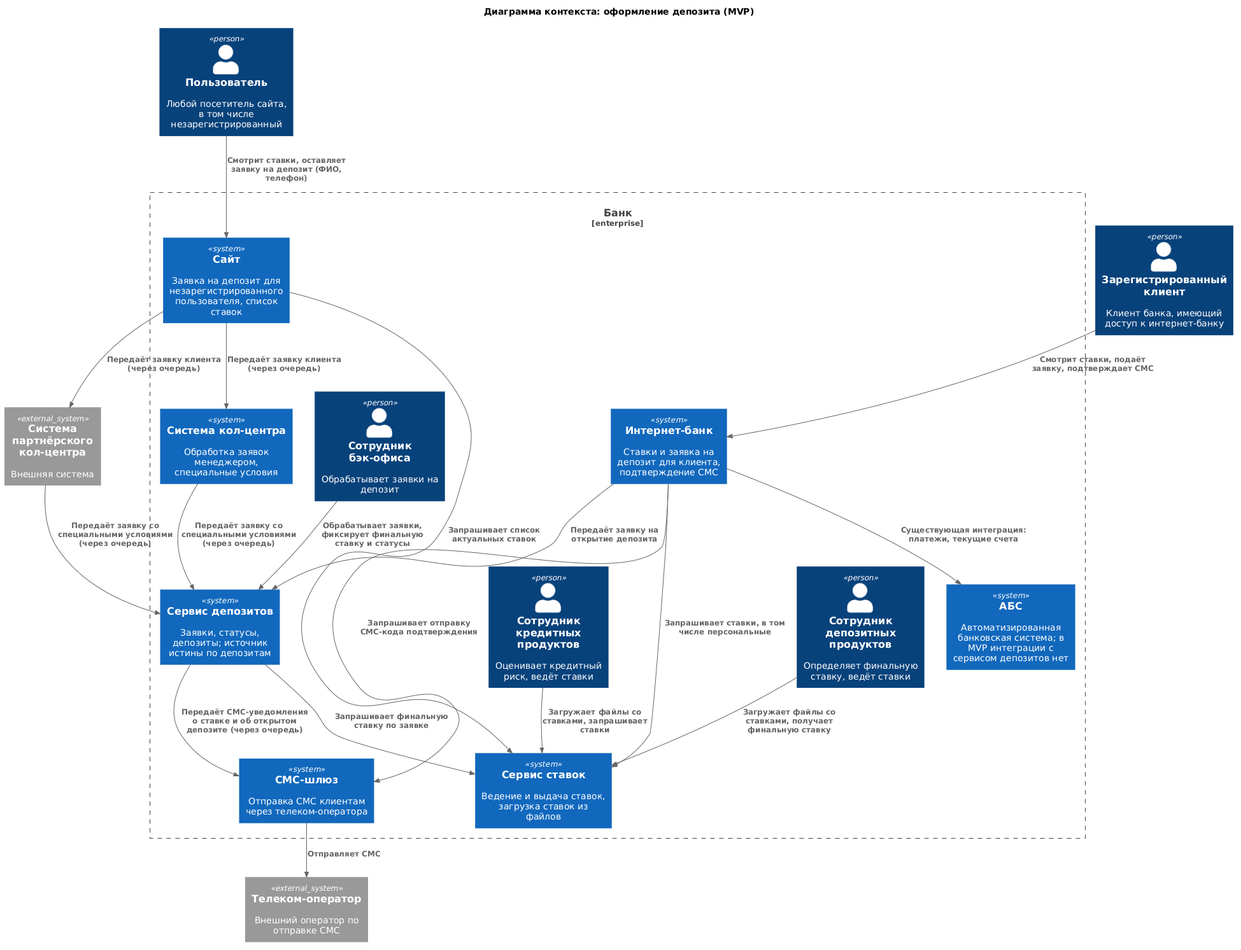
DevSMike/architecture-standart keeps this PlantUML diagram as Task3/adr_reposit_context.png. Above is the earlier version.
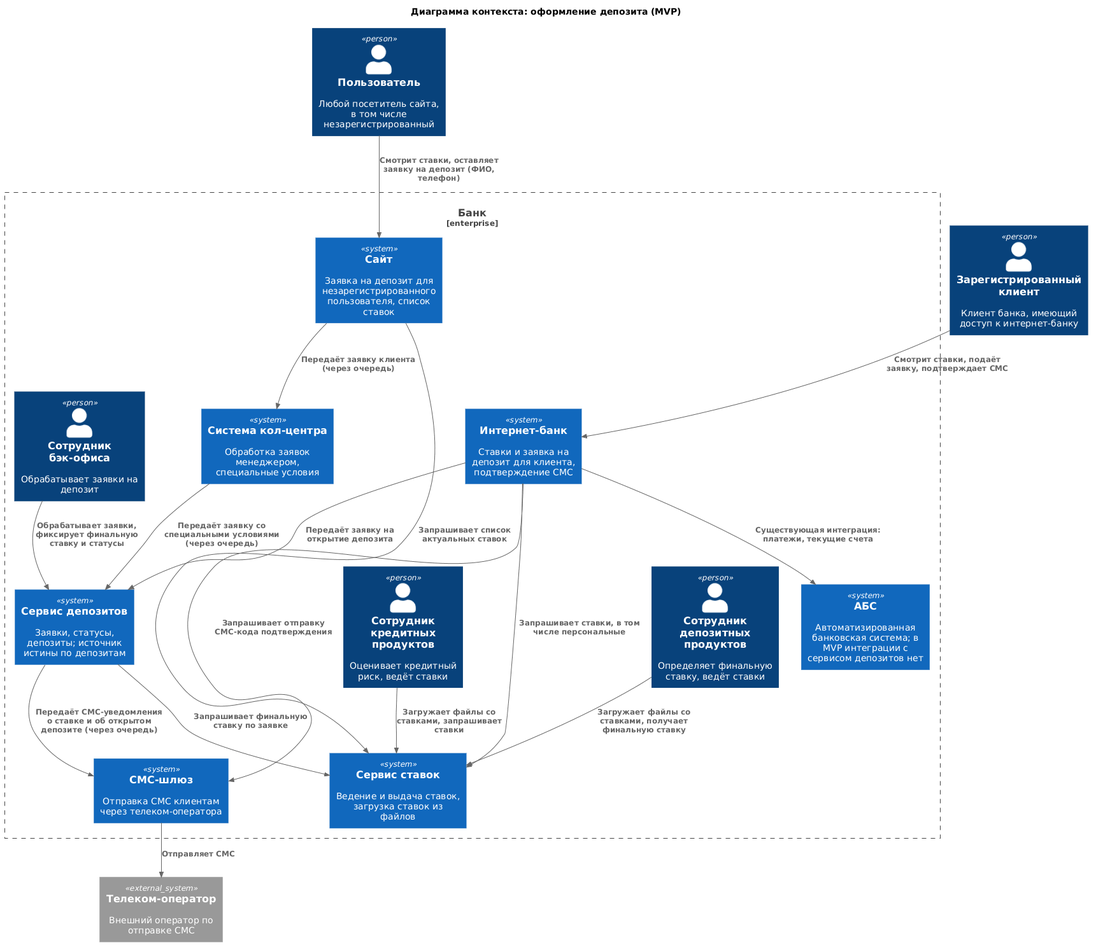
Later version of the same file.

Diff of the diagram source:
```diff
@@ -21,16 +21,13 @@
     System(sms_gw, "СМС-шлюз", "Отправка СМС клиентам через телеком-оператора")
 }
 
-System_Ext(partner_cc, "Система партнёрского кол-центра", "Внешняя система")
 System_Ext(telecom, "Телеком-оператор", "Внешний оператор по отправке СМС")
 
 Rel(user, site, "Смотрит ставки, оставляет заявку на депозит (ФИО, телефон)")
 Rel(client, ib,"Смотрит ставки, подаёт заявку, подтверждает СМС")
 
 Rel(site, cc, "Передаёт заявку клиента (через очередь)")
-Rel(site, partner_cc, "Передаёт заявку клиента (через очередь)")
 Rel(cc, deposit_svc, "Передаёт заявку со специальными условиями (через очередь)")
-Rel(partner_cc, deposit_svc, "Передаёт заявку со специальными условиями (через очередь)")
 
 Rel(site, rates_svc, "Запрашивает список актуальных ставок")
 Rel(ib, rates_svc, "Запрашивает ставки, в том числе персональные")
```
